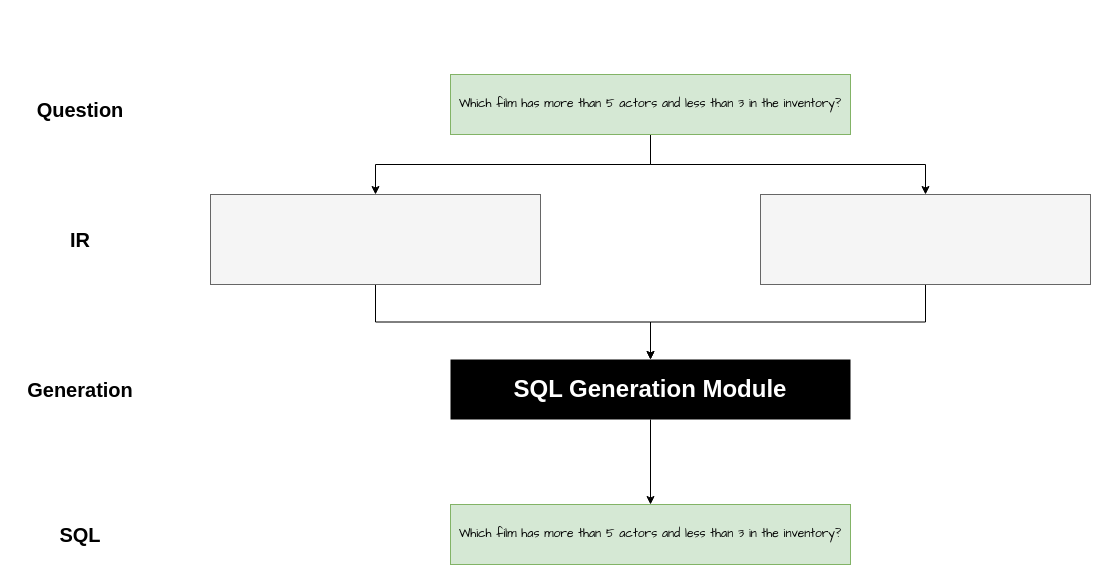
Above: 未命名绘图.drawio in MPX0222/PG-Assignments (draw.io), before the change. Source tidied: cells renumbered, new cells numbered last; positions are measured from the earlier drawing's top-left corner, leaving out a move shared by most shapes. Both pictures are drawn from the tidied source at 100%, with x=0, y=0 at pixel (30, 74).
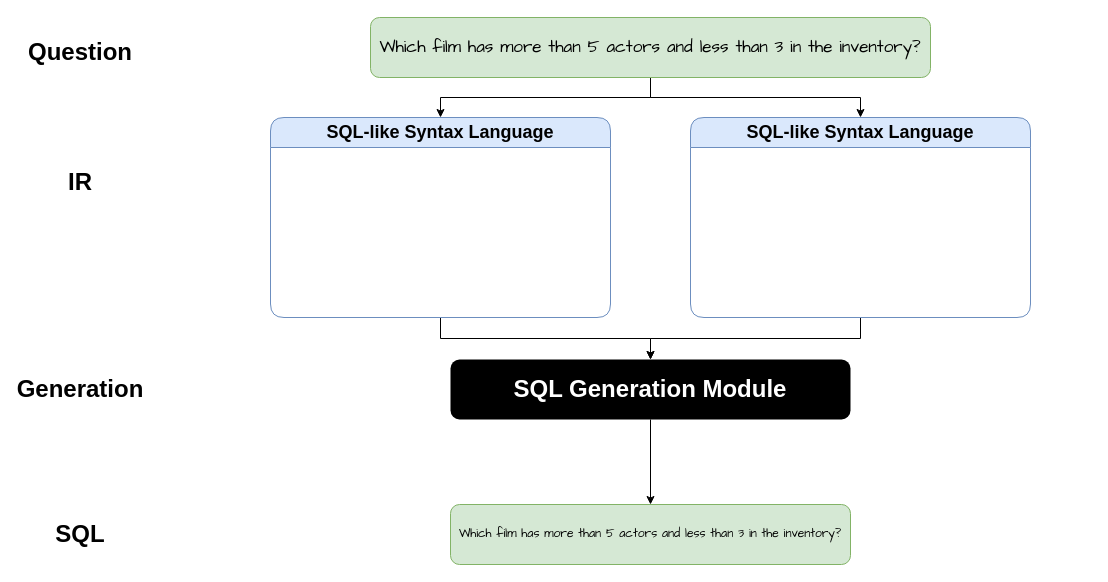
The same diagram, later.

Commit message (it also covers changes not shown here):
更新未命名绘图.drawio

What changed in the source:
```diff
@@
 <mxGraphModel>
   <root>
     <mxCell id="0" />
     <mxCell id="1" parent="0" />
-    <mxCell id="2" style="edgeStyle=orthogonalEdgeStyle;rounded=0;jettySize=auto;html=1;exitX=0.5;exitY=1;exitDx=0;exitDy=0;entryX=0.5;entryY=0;entryDx=0;entryDy=0;" parent="1" edge="1" source="4" target="6">
+    <mxCell id="2" style="edgeStyle=orthogonalEdgeStyle;rounded=0;jettySize=auto;html=1;exitX=0.5;exitY=1;exitDx=0;exitDy=0;entryX=0.5;entryY=0;entryDx=0;entryDy=0;" parent="1" edge="1" source="4" target="16">
       <mxGeometry relative="1" as="geometry" />
     </mxCell>
-    <mxCell id="3" style="edgeStyle=orthogonalEdgeStyle;rounded=0;jettySize=auto;html=1;exitX=0.5;exitY=1;exitDx=0;exitDy=0;" parent="1" edge="1" source="4" target="13">
+    <mxCell id="3" style="edgeStyle=orthogonalEdgeStyle;rounded=0;jettySize=auto;html=1;exitX=0.5;exitY=1;exitDx=0;exitDy=0;entryX=0.5;entryY=0;entryDx=0;entryDy=0;" parent="1" edge="1" source="4" target="17">
       <mxGeometry relative="1" as="geometry" />
     </mxCell>
-    <mxCell id="4" value="&lt;div class=&quot;page&quot; title=&quot;Page 2&quot; style=&quot;caret-color: rgb(0, 0, 0); color: rgb(0, 0, 0); text-align: start;&quot;&gt;&lt;div class=&quot;layoutArea&quot;&gt;&lt;div class=&quot;column&quot;&gt;&lt;p&gt;&lt;span style=&quot;font-size: 9pt;&quot;&gt;Which film has more than 5 actors and less than 3 in the inventory?&lt;/span&gt;&lt;/p&gt;&lt;/div&gt;&lt;/div&gt;&lt;/div&gt;" style="rounded=0;whiteSpace=wrap;html=1;fillColor=#d5e8d4;strokeColor=#82b366;fontFamily=Comic Sans MS;" parent="1" vertex="1">
-      <mxGeometry x="420" width="400" height="60" as="geometry" />
+    <mxCell id="4" value="&lt;div style=&quot;caret-color: rgb(0, 0, 0); color: rgb(0, 0, 0); text-align: start; font-size: 17px;&quot; title=&quot;Page 2&quot; class=&quot;page&quot;&gt;&lt;div class=&quot;layoutArea&quot; style=&quot;font-size: 17px;&quot;&gt;&lt;div class=&quot;column&quot; style=&quot;font-size: 17px;&quot;&gt;&lt;p style=&quot;font-size: 17px;&quot;&gt;&lt;span style=&quot;font-size: 17px;&quot;&gt;Which film has more than 5 actors and less than 3 in the inventory?&lt;/span&gt;&lt;/p&gt;&lt;/div&gt;&lt;/div&gt;&lt;/div&gt;" style="rounded=1;whiteSpace=wrap;html=1;fillColor=#d5e8d4;strokeColor=#82b366;fontFamily=Comic Sans MS;fontSize=17;" parent="1" vertex="1">
+      <mxGeometry x="340" y="-57" width="560" height="60" as="geometry" />
     </mxCell>
-    <mxCell id="5" style="edgeStyle=orthogonalEdgeStyle;rounded=0;jettySize=auto;html=1;exitX=0.5;exitY=1;exitDx=0;exitDy=0;" parent="1" edge="1" source="6" target="15">
+    <mxCell id="5" style="edgeStyle=orthogonalEdgeStyle;rounded=0;jettySize=auto;html=1;exitX=0.5;exitY=1;exitDx=0;exitDy=0;" parent="1" edge="1" source="16" target="15">
       <mxGeometry relative="1" as="geometry" />
     </mxCell>
-    <mxCell id="6" style="rounded=0;whiteSpace=wrap;html=1;fillColor=#f5f5f5;fontColor=#333333;strokeColor=#666666;" parent="1" vertex="1">
-      <mxGeometry x="180" y="120" width="330" height="90" as="geometry" />
-    </mxCell>
-    <mxCell id="7" value="Question" style="text;html=1;align=center;verticalAlign=middle;whiteSpace=wrap;rounded=0;fontSize=20;fontStyle=1;" parent="1" vertex="1">
-      <mxGeometry y="10" width="100" height="50" as="geometry" />
+    <mxCell id="7" value="Question" style="text;html=1;align=center;verticalAlign=middle;whiteSpace=wrap;rounded=0;fontSize=24;fontStyle=1;" parent="1" vertex="1">
+      <mxGeometry y="-47" width="100" height="50" as="geometry" />
     </mxCell>
-    <mxCell id="8" value="IR" style="text;html=1;align=center;verticalAlign=middle;whiteSpace=wrap;rounded=0;fontSize=20;fontStyle=1;" parent="1" vertex="1">
-      <mxGeometry y="140" width="100" height="50" as="geometry" />
+    <mxCell id="8" value="IR" style="text;html=1;align=center;verticalAlign=middle;whiteSpace=wrap;rounded=0;fontSize=24;fontStyle=1;" parent="1" vertex="1">
+      <mxGeometry y="83" width="100" height="50" as="geometry" />
     </mxCell>
-    <mxCell id="9" value="Generation" style="text;html=1;align=center;verticalAlign=middle;whiteSpace=wrap;rounded=0;fontSize=20;fontStyle=1;" parent="1" vertex="1">
+    <mxCell id="9" value="Generation" style="text;html=1;align=center;verticalAlign=middle;whiteSpace=wrap;rounded=0;fontSize=24;fontStyle=1;" parent="1" vertex="1">
       <mxGeometry y="290" width="100" height="50" as="geometry" />
     </mxCell>
-    <mxCell id="10" value="SQL" style="text;html=1;align=center;verticalAlign=middle;whiteSpace=wrap;rounded=0;fontSize=20;fontStyle=1;" parent="1" vertex="1">
+    <mxCell id="10" value="SQL" style="text;html=1;align=center;verticalAlign=middle;whiteSpace=wrap;rounded=0;fontSize=24;fontStyle=1;" parent="1" vertex="1">
       <mxGeometry y="435" width="100" height="50" as="geometry" />
     </mxCell>
-    <mxCell id="11" value="&lt;div class=&quot;page&quot; title=&quot;Page 2&quot; style=&quot;caret-color: rgb(0, 0, 0); color: rgb(0, 0, 0); text-align: start;&quot;&gt;&lt;div class=&quot;layoutArea&quot;&gt;&lt;div class=&quot;column&quot;&gt;&lt;p&gt;&lt;span style=&quot;font-size: 9pt;&quot;&gt;Which film has more than 5 actors and less than 3 in the inventory?&lt;/span&gt;&lt;/p&gt;&lt;/div&gt;&lt;/div&gt;&lt;/div&gt;" style="rounded=0;whiteSpace=wrap;html=1;fillColor=#d5e8d4;strokeColor=#82b366;fontFamily=Comic Sans MS;" parent="1" vertex="1">
+    <mxCell id="11" value="&lt;div class=&quot;page&quot; title=&quot;Page 2&quot; style=&quot;caret-color: rgb(0, 0, 0); color: rgb(0, 0, 0); text-align: start;&quot;&gt;&lt;div class=&quot;layoutArea&quot;&gt;&lt;div class=&quot;column&quot;&gt;&lt;p&gt;&lt;span style=&quot;font-size: 9pt;&quot;&gt;Which film has more than 5 actors and less than 3 in the inventory?&lt;/span&gt;&lt;/p&gt;&lt;/div&gt;&lt;/div&gt;&lt;/div&gt;" style="rounded=1;whiteSpace=wrap;html=1;fillColor=#d5e8d4;strokeColor=#82b366;fontFamily=Comic Sans MS;" parent="1" vertex="1">
       <mxGeometry x="420" y="430" width="400" height="60" as="geometry" />
     </mxCell>
-    <mxCell id="12" style="edgeStyle=orthogonalEdgeStyle;rounded=0;jettySize=auto;html=1;exitX=0.5;exitY=1;exitDx=0;exitDy=0;entryX=0.5;entryY=0;entryDx=0;entryDy=0;" parent="1" edge="1" source="13" target="15">
+    <mxCell id="12" style="edgeStyle=orthogonalEdgeStyle;rounded=0;jettySize=auto;html=1;exitX=0.5;exitY=1;exitDx=0;exitDy=0;entryX=0.5;entryY=0;entryDx=0;entryDy=0;" parent="1" edge="1" source="17" target="15">
       <mxGeometry relative="1" as="geometry" />
     </mxCell>
-    <mxCell id="13" style="rounded=0;whiteSpace=wrap;html=1;fillColor=#f5f5f5;fontColor=#333333;strokeColor=#666666;" parent="1" vertex="1">
-      <mxGeometry x="730" y="120" width="330" height="90" as="geometry" />
-    </mxCell>
     <mxCell id="14" style="edgeStyle=orthogonalEdgeStyle;rounded=0;jettySize=auto;html=1;exitX=0.5;exitY=1;exitDx=0;exitDy=0;entryX=0.5;entryY=0;entryDx=0;entryDy=0;" parent="1" edge="1" source="15" target="11">
       <mxGeometry relative="1" as="geometry" />
     </mxCell>
-    <mxCell id="15" value="&lt;div class=&quot;page&quot; title=&quot;Page 2&quot; style=&quot;caret-color: rgb(0, 0, 0); text-align: start; font-size: 24px;&quot;&gt;&lt;div style=&quot;font-size: 24px;&quot; class=&quot;layoutArea&quot;&gt;&lt;div style=&quot;font-size: 24px;&quot; class=&quot;column&quot;&gt;&lt;p style=&quot;font-size: 24px;&quot;&gt;&lt;span style=&quot;font-size: 24px;&quot;&gt;SQL Generation Module&lt;/span&gt;&lt;/p&gt;&lt;/div&gt;&lt;/div&gt;&lt;/div&gt;" style="rounded=0;whiteSpace=wrap;html=1;fillColor=#000000;strokeColor=none;fontFamily=Helvetica;fontSize=24;fontStyle=1;fontColor=#FFFFFF;" parent="1" vertex="1">
+    <mxCell id="15" value="&lt;div class=&quot;page&quot; title=&quot;Page 2&quot; style=&quot;caret-color: rgb(0, 0, 0); text-align: start; font-size: 24px;&quot;&gt;&lt;div style=&quot;font-size: 24px;&quot; class=&quot;layoutArea&quot;&gt;&lt;div style=&quot;font-size: 24px;&quot; class=&quot;column&quot;&gt;&lt;p style=&quot;font-size: 24px;&quot;&gt;&lt;span style=&quot;font-size: 24px;&quot;&gt;SQL Generation Module&lt;/span&gt;&lt;/p&gt;&lt;/div&gt;&lt;/div&gt;&lt;/div&gt;" style="rounded=1;whiteSpace=wrap;html=1;fillColor=#000000;strokeColor=none;fontFamily=Helvetica;fontSize=24;fontStyle=1;fontColor=#FFFFFF;" parent="1" vertex="1">
       <mxGeometry x="420" y="285" width="400" height="60" as="geometry" />
     </mxCell>
+    <mxCell id="16" value="SQL-like Syntax Language" style="swimlane;whiteSpace=wrap;html=1;fillColor=#dae8fc;strokeColor=#6c8ebf;rounded=1;startSize=30;fontSize=18;" parent="1" vertex="1">
+      <mxGeometry x="240" y="43" width="340" height="200" as="geometry" />
+    </mxCell>
+    <mxCell id="17" value="SQL-like Syntax Language" style="swimlane;whiteSpace=wrap;html=1;fillColor=#dae8fc;strokeColor=#6c8ebf;rounded=1;startSize=30;fontSize=18;" parent="1" vertex="1">
+      <mxGeometry x="660" y="43" width="340" height="200" as="geometry" />
+    </mxCell>
   </root>
 </mxGraphModel>
```
